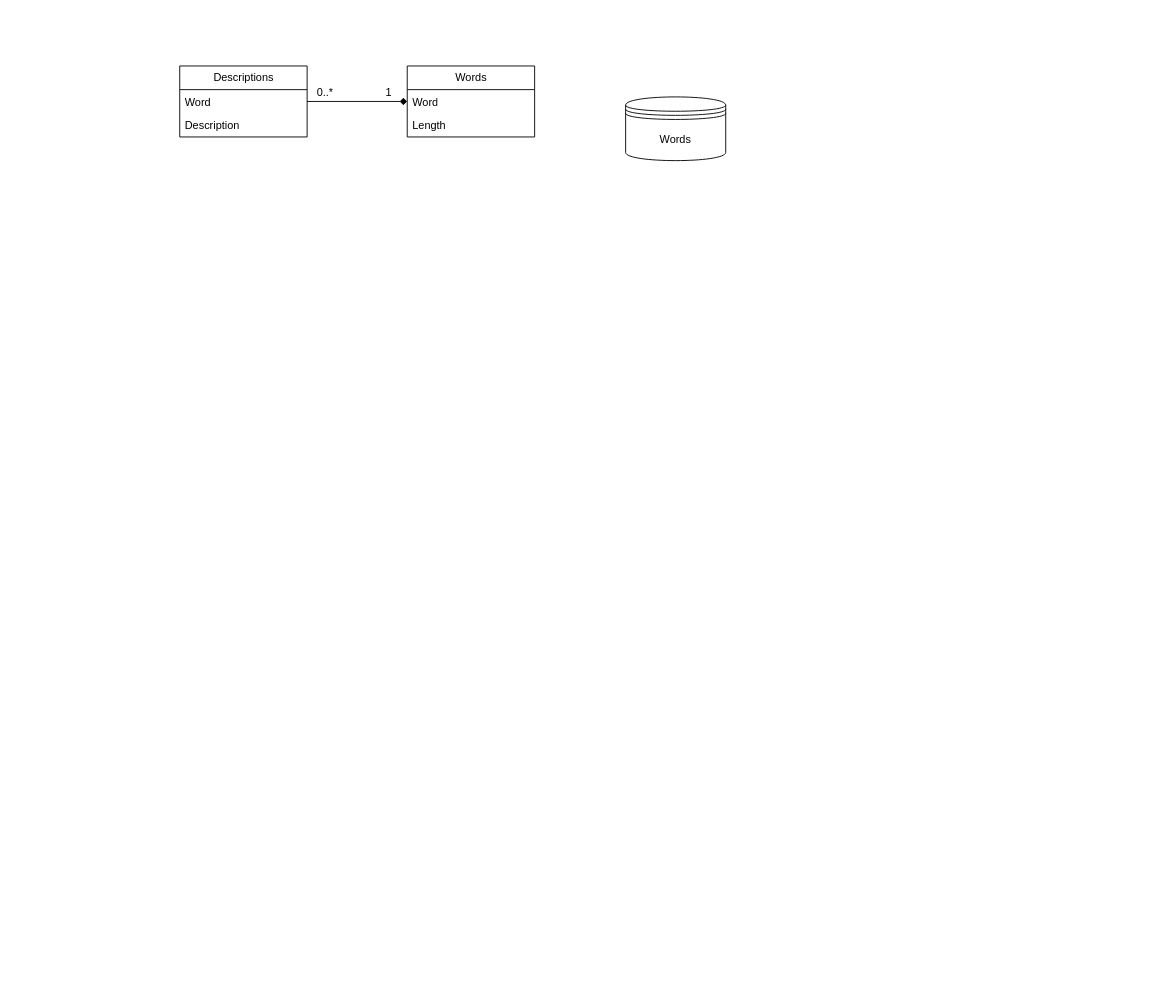
Earlier version of the draw.io diagram Kreuzworträtsel Brainstorming.drawio (Raaphaaa/UI5-Playground). Source tidied: cells renumbered, new cells numbered last; positions are measured from the earlier drawing's top-left corner, leaving out a move shared by most shapes. Both pictures are drawn from the tidied source at 91%, with x=0, y=0 at pixel (179, 66).
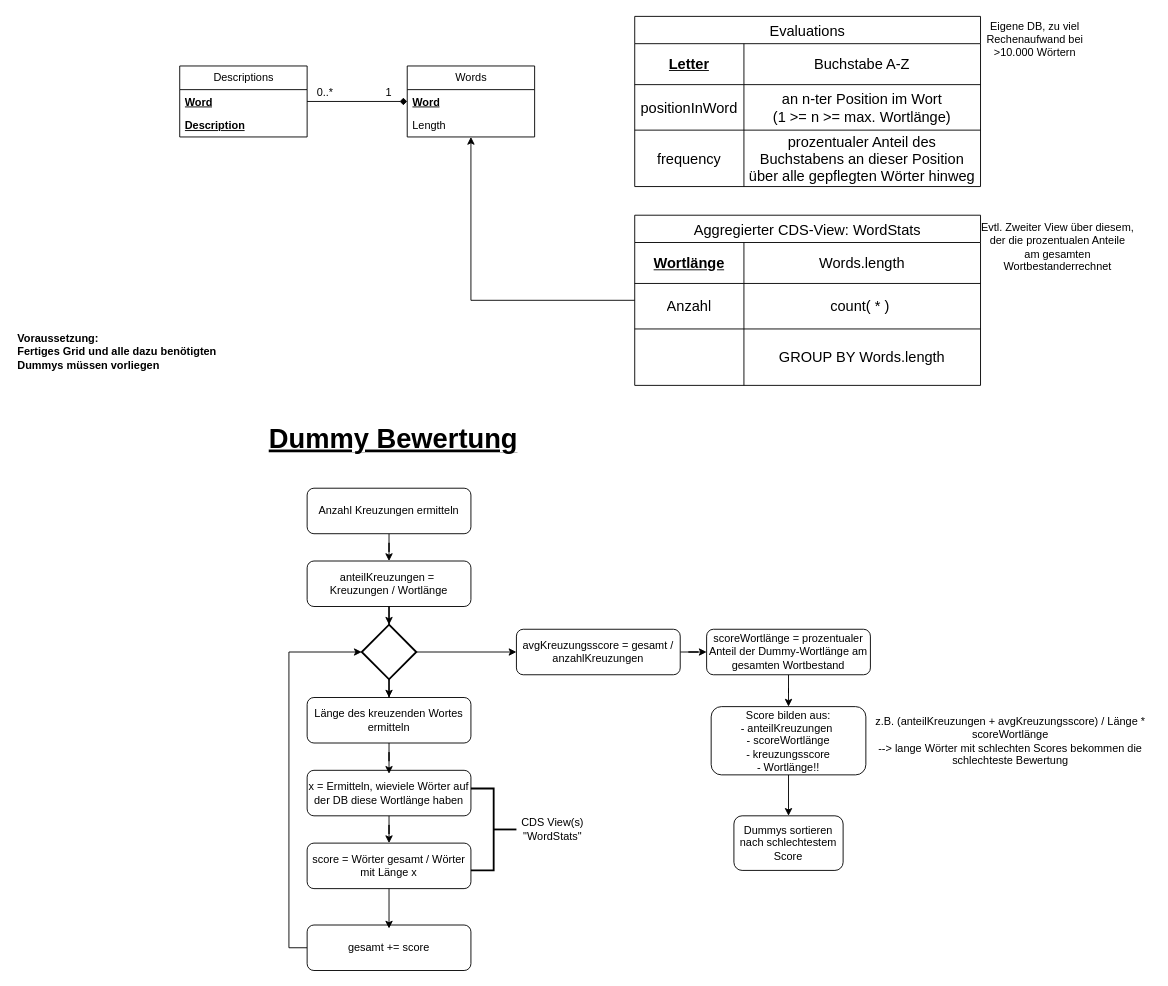
The same page after the edit.

Unchanged cells that the change refers to:
```xml
<mxCell id="4" value="Words" style="swimlane;fontStyle=0;horizontal=1;startSize=26;fillColor=none;html=1;" parent="1" vertex="1">
  <mxGeometry x="250" width="140" height="78" as="geometry" />
</mxCell>
<mxCell id="7" value="Descriptions" style="swimlane;fontStyle=0;horizontal=1;startSize=26;fillColor=none;html=1;" parent="1" vertex="1">
  <mxGeometry width="140" height="78" as="geometry" />
</mxCell>
```

The edit, as a diff of the source:
```diff
@@
-    <mxCell id="2" value="Words" style="shape=datastore;whiteSpace=wrap;html=1;" parent="1" vertex="1">
-      <mxGeometry x="490" y="34" width="110" height="70" as="geometry" />
-    </mxCell>
@@
-    <mxCell id="5" value="Word" style="text;strokeColor=none;fillColor=none;align=left;verticalAlign=top;spacingLeft=4;spacingRight=4;overflow=hidden;whiteSpace=wrap;html=1;" parent="4" vertex="1">
+    <mxCell id="5" value="&lt;u&gt;&lt;b&gt;Word&lt;/b&gt;&lt;/u&gt;" style="text;strokeColor=none;fillColor=none;align=left;verticalAlign=top;spacingLeft=4;spacingRight=4;overflow=hidden;whiteSpace=wrap;html=1;" parent="4" vertex="1">
       <mxGeometry y="26" width="140" height="26" as="geometry" />
     </mxCell>
@@
-    <mxCell id="8" value="Word" style="text;strokeColor=none;fillColor=none;align=left;verticalAlign=top;spacingLeft=4;spacingRight=4;overflow=hidden;whiteSpace=wrap;html=1;" parent="7" vertex="1">
+    <mxCell id="8" value="&lt;u&gt;&lt;b&gt;Word&lt;/b&gt;&lt;/u&gt;" style="text;strokeColor=none;fillColor=none;align=left;verticalAlign=top;spacingLeft=4;spacingRight=4;overflow=hidden;whiteSpace=wrap;html=1;" parent="7" vertex="1">
       <mxGeometry y="26" width="140" height="26" as="geometry" />
     </mxCell>
-    <mxCell id="9" value="Description" style="text;strokeColor=none;fillColor=none;align=left;verticalAlign=top;spacingLeft=4;spacingRight=4;overflow=hidden;whiteSpace=wrap;html=1;" parent="7" vertex="1">
+    <mxCell id="9" value="&lt;u&gt;&lt;b&gt;Description&lt;/b&gt;&lt;/u&gt;" style="text;strokeColor=none;fillColor=none;align=left;verticalAlign=top;spacingLeft=4;spacingRight=4;overflow=hidden;whiteSpace=wrap;html=1;" parent="7" vertex="1">
       <mxGeometry y="52" width="140" height="26" as="geometry" />
     </mxCell>
@@
+    <mxCell id="12" value="Evaluations" style="shape=table;startSize=30;childLayout=tableLayout;strokeColor=default;fontSize=16;" parent="1" vertex="1">
+      <mxGeometry x="500" y="-54.5" width="380" height="187" as="geometry" />
+    </mxCell>
+    <mxCell id="13" style="shape=tableRow;horizontal=0;startSize=0;swimlaneHead=0;swimlaneBody=0;strokeColor=inherit;top=0;left=0;bottom=0;right=0;fillColor=none;fontSize=16;" parent="12" vertex="1">
+      <mxGeometry y="30" width="380" height="45" as="geometry" />
+    </mxCell>
+    <mxCell id="14" value="&lt;b&gt;&lt;u&gt;Letter&lt;/u&gt;&lt;/b&gt;" style="shape=partialRectangle;html=1;whiteSpace=wrap;strokeColor=inherit;overflow=hidden;fillColor=none;top=0;left=0;bottom=0;right=0;fontSize=16;" parent="13" vertex="1">
+      <mxGeometry width="120" height="45" as="geometry" />
+    </mxCell>
+    <mxCell id="15" value="Buchstabe A-Z" style="shape=partialRectangle;html=1;whiteSpace=wrap;strokeColor=inherit;overflow=hidden;fillColor=none;top=0;left=0;bottom=0;right=0;fontSize=16;" parent="13" vertex="1">
+      <mxGeometry x="120" width="260" height="45" as="geometry" />
+    </mxCell>
+    <mxCell id="16" style="shape=tableRow;horizontal=0;startSize=0;swimlaneHead=0;swimlaneBody=0;strokeColor=inherit;top=0;left=0;bottom=0;right=0;fillColor=none;fontSize=16;" parent="12" vertex="1">
+      <mxGeometry y="75" width="380" height="50" as="geometry" />
+    </mxCell>
+    <mxCell id="17" value="positionInWord" style="shape=partialRectangle;html=1;whiteSpace=wrap;strokeColor=inherit;overflow=hidden;fillColor=none;top=0;left=0;bottom=0;right=0;fontSize=16;" parent="16" vertex="1">
+      <mxGeometry width="120" height="50" as="geometry" />
+    </mxCell>
+    <mxCell id="18" value="an n-ter Position im Wort &lt;br&gt;(1 &amp;gt;= n &amp;gt;= max. Wortlänge)" style="shape=partialRectangle;html=1;whiteSpace=wrap;strokeColor=inherit;overflow=hidden;fillColor=none;top=0;left=0;bottom=0;right=0;fontSize=16;" parent="16" vertex="1">
+      <mxGeometry x="120" width="260" height="50" as="geometry" />
+    </mxCell>
+    <mxCell id="19" style="shape=tableRow;horizontal=0;startSize=0;swimlaneHead=0;swimlaneBody=0;strokeColor=inherit;top=0;left=0;bottom=0;right=0;fillColor=none;fontSize=16;" parent="12" vertex="1">
+      <mxGeometry y="125" width="380" height="62" as="geometry" />
+    </mxCell>
+    <mxCell id="20" value="frequency" style="shape=partialRectangle;html=1;whiteSpace=wrap;strokeColor=inherit;overflow=hidden;fillColor=none;top=0;left=0;bottom=0;right=0;fontSize=16;" parent="19" vertex="1">
+      <mxGeometry width="120" height="62" as="geometry" />
+    </mxCell>
+    <mxCell id="21" value="prozentualer Anteil des Buchstabens an dieser Position über alle gepflegten Wörter hinweg" style="shape=partialRectangle;html=1;whiteSpace=wrap;strokeColor=inherit;overflow=hidden;fillColor=none;top=0;left=0;bottom=0;right=0;fontSize=16;" parent="19" vertex="1">
+      <mxGeometry x="120" width="260" height="62" as="geometry" />
+    </mxCell>
+    <mxCell id="22" value="&lt;b&gt;Voraussetzung: &lt;br&gt;Fertiges Grid und alle dazu benötigten Dummys müssen vorliegen&lt;/b&gt;" style="text;html=1;whiteSpace=wrap;strokeColor=none;fillColor=none;align=left;verticalAlign=middle;rounded=0;" parent="1" vertex="1">
+      <mxGeometry x="-180" y="284" width="230" height="60" as="geometry" />
+    </mxCell>
+    <mxCell id="23" value="&lt;font style=&quot;font-size: 30px;&quot;&gt;&lt;b&gt;&lt;u&gt;Dummy Bewertung&lt;/u&gt;&lt;/b&gt;&lt;/font&gt;" style="text;html=1;whiteSpace=wrap;strokeColor=none;fillColor=none;align=center;verticalAlign=middle;rounded=0;" parent="1" vertex="1">
+      <mxGeometry x="90" y="394" width="290" height="30" as="geometry" />
+    </mxCell>
+    <mxCell id="24" style="edgeStyle=orthogonalEdgeStyle;rounded=0;jettySize=auto;html=1;entryX=0.5;entryY=0;entryDx=0;entryDy=0;" parent="1" edge="1" source="25" target="26">
+      <mxGeometry relative="1" as="geometry" />
+    </mxCell>
+    <mxCell id="25" value="Anzahl Kreuzungen ermitteln" style="rounded=1;whiteSpace=wrap;html=1;" parent="1" vertex="1">
+      <mxGeometry x="140" y="464" width="180" height="50" as="geometry" />
+    </mxCell>
+    <mxCell id="26" value="anteilKreuzungen =&amp;nbsp;&lt;br&gt;Kreuzungen / Wortlänge" style="rounded=1;whiteSpace=wrap;html=1;" parent="1" vertex="1">
+      <mxGeometry x="140" y="544" width="180" height="50" as="geometry" />
+    </mxCell>
+    <mxCell id="27" value="Länge des kreuzenden Wortes ermitteln" style="rounded=1;whiteSpace=wrap;html=1;" parent="1" vertex="1">
+      <mxGeometry x="140" y="694" width="180" height="50" as="geometry" />
+    </mxCell>
+    <mxCell id="28" style="edgeStyle=orthogonalEdgeStyle;rounded=0;jettySize=auto;html=1;entryX=0.5;entryY=0;entryDx=0;entryDy=0;" parent="1" edge="1" source="30" target="27">
+      <mxGeometry relative="1" as="geometry" />
+    </mxCell>
+    <mxCell id="29" style="edgeStyle=orthogonalEdgeStyle;rounded=0;jettySize=auto;html=1;entryX=0;entryY=0.5;entryDx=0;entryDy=0;" parent="1" edge="1" source="30" target="55">
+      <mxGeometry relative="1" as="geometry" />
+    </mxCell>
+    <mxCell id="30" style="strokeWidth=2;html=1;shape=mxgraph.flowchart.decision;whiteSpace=wrap;" parent="1" vertex="1">
+      <mxGeometry x="200" y="614" width="60" height="60" as="geometry" />
+    </mxCell>
+    <mxCell id="31" style="edgeStyle=orthogonalEdgeStyle;rounded=0;jettySize=auto;html=1;entryX=0.5;entryY=0;entryDx=0;entryDy=0;entryPerimeter=0;" parent="1" edge="1" source="26" target="30">
+      <mxGeometry relative="1" as="geometry" />
+    </mxCell>
+    <mxCell id="32" style="edgeStyle=orthogonalEdgeStyle;rounded=0;jettySize=auto;html=1;entryX=0.5;entryY=0;entryDx=0;entryDy=0;" parent="1" edge="1" source="33" target="35">
+      <mxGeometry relative="1" as="geometry" />
+    </mxCell>
+    <mxCell id="33" value="x = Ermitteln, wieviele Wörter auf der DB diese Wortlänge haben" style="rounded=1;whiteSpace=wrap;html=1;" parent="1" vertex="1">
+      <mxGeometry x="140" y="774" width="180" height="50" as="geometry" />
+    </mxCell>
+    <mxCell id="34" style="edgeStyle=orthogonalEdgeStyle;rounded=0;jettySize=auto;html=1;entryX=0.5;entryY=0.077;entryDx=0;entryDy=0;entryPerimeter=0;" parent="1" edge="1" source="27" target="33">
+      <mxGeometry relative="1" as="geometry" />
+    </mxCell>
+    <mxCell id="35" value="score = Wörter gesamt / Wörter mit Länge x" style="rounded=1;whiteSpace=wrap;html=1;" parent="1" vertex="1">
+      <mxGeometry x="140" y="854" width="180" height="50" as="geometry" />
+    </mxCell>
+    <mxCell id="36" style="edgeStyle=orthogonalEdgeStyle;rounded=0;jettySize=auto;html=1;entryX=0;entryY=0.5;entryDx=0;entryDy=0;entryPerimeter=0;exitX=0;exitY=0.5;exitDx=0;exitDy=0;" parent="1" edge="1" source="37" target="30">
+      <mxGeometry relative="1" as="geometry">
+        <Array as="points">
+          <mxPoint x="120" y="969" />
+          <mxPoint x="120" y="644" />
+        </Array>
+      </mxGeometry>
+    </mxCell>
+    <mxCell id="37" value="gesamt += score" style="rounded=1;whiteSpace=wrap;html=1;" parent="1" vertex="1">
+      <mxGeometry x="140" y="944" width="180" height="50" as="geometry" />
+    </mxCell>
+    <mxCell id="38" style="edgeStyle=orthogonalEdgeStyle;rounded=0;jettySize=auto;html=1;entryX=0.5;entryY=0.077;entryDx=0;entryDy=0;entryPerimeter=0;" parent="1" edge="1" source="35" target="37">
+      <mxGeometry relative="1" as="geometry" />
+    </mxCell>
+    <mxCell id="39" style="edgeStyle=orthogonalEdgeStyle;rounded=0;jettySize=auto;html=1;" parent="1" edge="1" source="40" target="4">
+      <mxGeometry relative="1" as="geometry" />
+    </mxCell>
+    <mxCell id="40" value="Aggregierter CDS-View: WordStats" style="shape=table;startSize=30;childLayout=tableLayout;strokeColor=default;fontSize=16;" parent="1" vertex="1">
+      <mxGeometry x="500" y="164" width="380" height="187" as="geometry" />
+    </mxCell>
+    <mxCell id="41" style="shape=tableRow;horizontal=0;startSize=0;swimlaneHead=0;swimlaneBody=0;strokeColor=inherit;top=0;left=0;bottom=0;right=0;fillColor=none;fontSize=16;" parent="40" vertex="1">
+      <mxGeometry y="30" width="380" height="45" as="geometry" />
+    </mxCell>
+    <mxCell id="42" value="&lt;b&gt;&lt;u&gt;Wortlänge&lt;/u&gt;&lt;/b&gt;" style="shape=partialRectangle;html=1;whiteSpace=wrap;strokeColor=inherit;overflow=hidden;fillColor=none;top=0;left=0;bottom=0;right=0;fontSize=16;" parent="41" vertex="1">
+      <mxGeometry width="120" height="45" as="geometry" />
+    </mxCell>
+    <mxCell id="43" value="Words.length" style="shape=partialRectangle;html=1;whiteSpace=wrap;strokeColor=inherit;overflow=hidden;fillColor=none;top=0;left=0;bottom=0;right=0;fontSize=16;" parent="41" vertex="1">
+      <mxGeometry x="120" width="260" height="45" as="geometry" />
+    </mxCell>
+    <mxCell id="44" style="shape=tableRow;horizontal=0;startSize=0;swimlaneHead=0;swimlaneBody=0;strokeColor=inherit;top=0;left=0;bottom=0;right=0;fillColor=none;fontSize=16;" parent="40" vertex="1">
+      <mxGeometry y="75" width="380" height="50" as="geometry" />
+    </mxCell>
+    <mxCell id="45" value="Anzahl" style="shape=partialRectangle;html=1;whiteSpace=wrap;strokeColor=inherit;overflow=hidden;fillColor=none;top=0;left=0;bottom=0;right=0;fontSize=16;" parent="44" vertex="1">
+      <mxGeometry width="120" height="50" as="geometry" />
+    </mxCell>
+    <mxCell id="46" value="count( * )&amp;nbsp;" style="shape=partialRectangle;html=1;whiteSpace=wrap;strokeColor=inherit;overflow=hidden;fillColor=none;top=0;left=0;bottom=0;right=0;fontSize=16;" parent="44" vertex="1">
+      <mxGeometry x="120" width="260" height="50" as="geometry" />
+    </mxCell>
+    <mxCell id="47" style="shape=tableRow;horizontal=0;startSize=0;swimlaneHead=0;swimlaneBody=0;strokeColor=inherit;top=0;left=0;bottom=0;right=0;fillColor=none;fontSize=16;" parent="40" vertex="1">
+      <mxGeometry y="125" width="380" height="62" as="geometry" />
+    </mxCell>
+    <mxCell id="48" style="shape=partialRectangle;html=1;whiteSpace=wrap;strokeColor=inherit;overflow=hidden;fillColor=none;top=0;left=0;bottom=0;right=0;fontSize=16;" parent="47" vertex="1">
+      <mxGeometry width="120" height="62" as="geometry" />
+    </mxCell>
+    <mxCell id="49" value="GROUP BY Words.length" style="shape=partialRectangle;html=1;whiteSpace=wrap;strokeColor=inherit;overflow=hidden;fillColor=none;top=0;left=0;bottom=0;right=0;fontSize=16;" parent="47" vertex="1">
+      <mxGeometry x="120" width="260" height="62" as="geometry" />
+    </mxCell>
+    <mxCell id="50" value="Eigene DB, zu viel Rechenaufwand bei &amp;gt;10.000 Wörtern" style="text;html=1;whiteSpace=wrap;strokeColor=none;fillColor=none;align=center;verticalAlign=middle;rounded=0;" parent="1" vertex="1">
+      <mxGeometry x="880" y="-54.5" width="120" height="50" as="geometry" />
+    </mxCell>
+    <mxCell id="51" value="Evtl. Zweiter View über diesem, der die prozentualen Anteile am gesamten Wortbestanderrechnet" style="text;html=1;whiteSpace=wrap;strokeColor=none;fillColor=none;align=center;verticalAlign=middle;rounded=0;" parent="1" vertex="1">
+      <mxGeometry x="880" y="164" width="170" height="70" as="geometry" />
+    </mxCell>
+    <mxCell id="52" value="CDS View(s) &quot;WordStats&quot;" style="text;html=1;whiteSpace=wrap;strokeColor=none;fillColor=none;align=center;verticalAlign=middle;rounded=0;" parent="1" vertex="1">
+      <mxGeometry x="360" y="809" width="100" height="60" as="geometry" />
+    </mxCell>
+    <mxCell id="53" style="strokeWidth=2;html=1;shape=mxgraph.flowchart.annotation_2;align=left;labelPosition=right;rotation=-180;" parent="1" vertex="1">
+      <mxGeometry x="320" y="794" width="50" height="90" as="geometry" />
+    </mxCell>
+    <mxCell id="54" style="edgeStyle=orthogonalEdgeStyle;rounded=0;jettySize=auto;html=1;" parent="1" edge="1" source="55" target="61">
+      <mxGeometry relative="1" as="geometry" />
+    </mxCell>
+    <mxCell id="55" value="avgKreuzungsscore = gesamt / anzahlKreuzungen" style="rounded=1;whiteSpace=wrap;html=1;" parent="1" vertex="1">
+      <mxGeometry x="370" y="619" width="180" height="50" as="geometry" />
+    </mxCell>
+    <mxCell id="56" style="edgeStyle=orthogonalEdgeStyle;rounded=0;jettySize=auto;html=1;" parent="1" edge="1" source="57" target="58">
+      <mxGeometry relative="1" as="geometry" />
+    </mxCell>
+    <mxCell id="57" value="Score bilden aus:&lt;br&gt;- anteilKreuzungen&amp;nbsp;&lt;div&gt;- scoreWortlänge&lt;br&gt;- kreuzungsscore&lt;br&gt;- Wortlänge!!&lt;/div&gt;" style="rounded=1;whiteSpace=wrap;html=1;" parent="1" vertex="1">
+      <mxGeometry x="584" y="704" width="170" height="75" as="geometry" />
+    </mxCell>
+    <mxCell id="58" value="Dummys sortieren nach schlechtestem Score" style="rounded=1;whiteSpace=wrap;html=1;" parent="1" vertex="1">
+      <mxGeometry x="609" y="824" width="120" height="60" as="geometry" />
+    </mxCell>
+    <mxCell id="59" value="&lt;div&gt;z.B. (anteilKreuzungen + avgKreuzungsscore) / Länge * scoreWortlänge&lt;/div&gt;&lt;div&gt;--&amp;gt; lange Wörter mit schlechten Scores bekommen die schlechteste Bewertung&lt;/div&gt;" style="text;html=1;whiteSpace=wrap;strokeColor=none;fillColor=none;align=center;verticalAlign=middle;rounded=0;" parent="1" vertex="1">
+      <mxGeometry x="756" y="709" width="314" height="65" as="geometry" />
+    </mxCell>
+    <mxCell id="60" style="edgeStyle=orthogonalEdgeStyle;rounded=0;jettySize=auto;html=1;" parent="1" edge="1" source="61" target="57">
+      <mxGeometry relative="1" as="geometry" />
+    </mxCell>
+    <mxCell id="61" value="scoreWortlänge = prozentualer Anteil der Dummy-Wortlänge am gesamten Wortbestand" style="rounded=1;whiteSpace=wrap;html=1;" parent="1" vertex="1">
+      <mxGeometry x="579" y="619" width="180" height="50" as="geometry" />
+    </mxCell>
```
